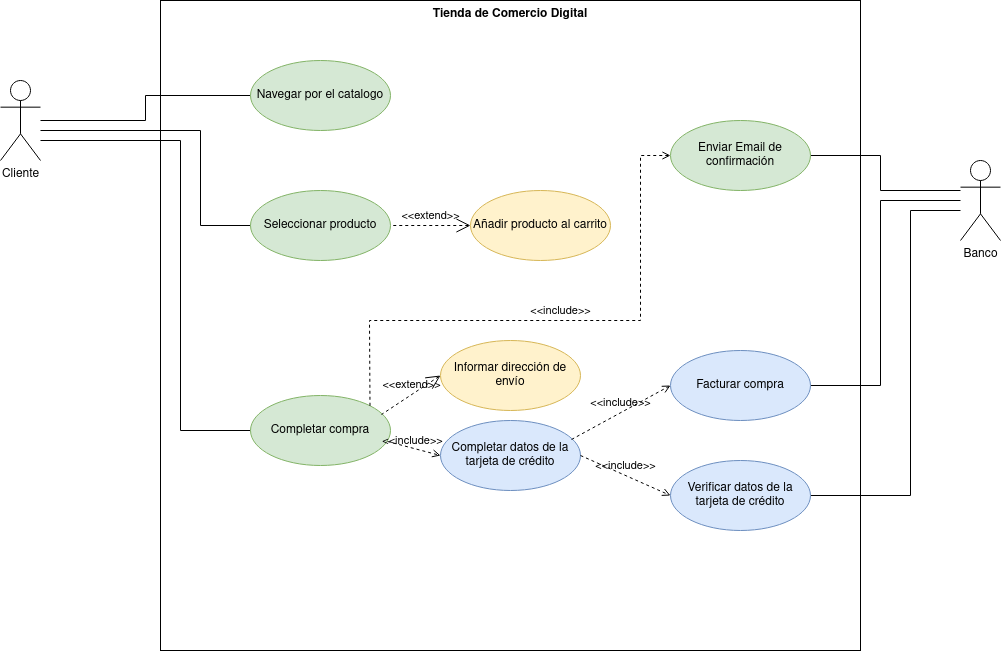
alejandrosalazargonzalez/Examen-te-rico-ETS keeps this draw.io diagram as Tienda_de_Comercio_Electrónico.png. Above is the earlier version. Source tidied: cells renumbered, new cells last; positions are measured from the earlier drawing's top-left corner, leaving out a move shared by most shapes.
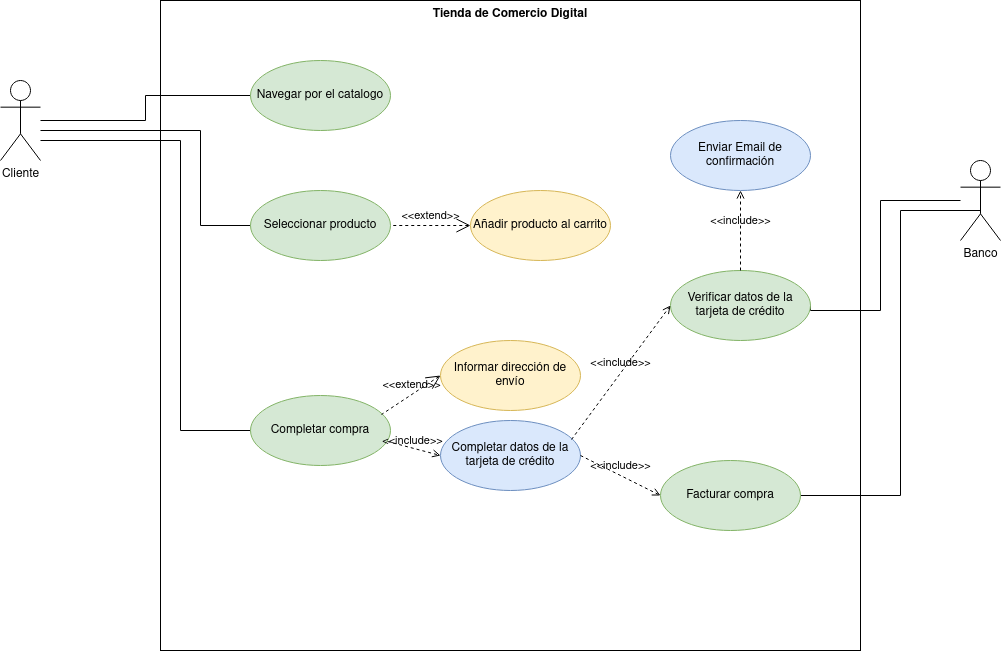
Above is the later version.

Diff of the diagram source:
```diff
@@ -48,27 +48,21 @@
     <mxCell id="13" style="edgeStyle=orthogonalEdgeStyle;rounded=0;jettySize=auto;html=1;entryX=1;entryY=0.5;entryDx=0;entryDy=0;endArrow=none;endFill=0;" parent="1" edge="1" source="16" target="19">
       <mxGeometry relative="1" as="geometry">
         <Array as="points">
-          <mxPoint x="910" y="210" />
-          <mxPoint x="910" y="495" />
+          <mxPoint x="880" y="200" />
+          <mxPoint x="880" y="310" />
+          <mxPoint x="810" y="310" />
         </Array>
       </mxGeometry>
     </mxCell>
-    <mxCell id="14" style="edgeStyle=orthogonalEdgeStyle;rounded=0;jettySize=auto;html=1;entryX=1;entryY=0.5;entryDx=0;entryDy=0;endArrow=none;endFill=0;" parent="1" edge="1" source="16" target="21">
+    <mxCell id="14" style="edgeStyle=orthogonalEdgeStyle;rounded=0;jettySize=auto;html=1;entryX=1;entryY=0.5;entryDx=0;entryDy=0;endArrow=none;endFill=0;" parent="1" edge="1" target="21">
       <mxGeometry relative="1" as="geometry">
+        <mxPoint x="980" y="210" as="sourcePoint" />
         <Array as="points">
-          <mxPoint x="880" y="200" />
-          <mxPoint x="880" y="385" />
+          <mxPoint x="900" y="210" />
+          <mxPoint x="900" y="495" />
         </Array>
       </mxGeometry>
     </mxCell>
-    <mxCell id="15" style="edgeStyle=orthogonalEdgeStyle;rounded=0;jettySize=auto;html=1;entryX=1;entryY=0.5;entryDx=0;entryDy=0;endArrow=none;endFill=0;" parent="1" edge="1" source="16" target="22">
-      <mxGeometry relative="1" as="geometry">
-        <Array as="points">
-          <mxPoint x="880" y="190" />
-          <mxPoint x="880" y="155" />
-        </Array>
-      </mxGeometry>
-    </mxCell>
     <mxCell id="16" value="Banco" style="shape=umlActor;html=1;verticalLabelPosition=bottom;verticalAlign=top;align=center;" parent="1" vertex="1">
       <mxGeometry x="960" y="160" width="40" height="80" as="geometry" />
     </mxCell>
@@ -78,32 +72,26 @@
     <mxCell id="18" value="&amp;lt;&amp;lt;include&amp;gt;&amp;gt;" style="edgeStyle=none;html=1;endArrow=open;verticalAlign=bottom;dashed=1;labelBackgroundColor=none;rounded=0;exitX=0.979;exitY=0.657;exitDx=0;exitDy=0;exitPerimeter=0;entryX=0;entryY=0.5;entryDx=0;entryDy=0;" parent="1" edge="1" source="10" target="12">
       <mxGeometry x="-0.06" y="-2" relative="1" as="geometry" />
     </mxCell>
-    <mxCell id="19" value="Verificar datos de la tarjeta de crédito" style="ellipse;whiteSpace=wrap;html=1;fillColor=#dae8fc;strokeColor=#6c8ebf;" parent="1" vertex="1">
-      <mxGeometry x="670" y="460" width="140" height="70" as="geometry" />
+    <mxCell id="19" value="Verificar datos de la tarjeta de crédito" style="ellipse;whiteSpace=wrap;html=1;fillColor=#d5e8d4;strokeColor=#82b366;" parent="1" vertex="1">
+      <mxGeometry x="670" y="270" width="140" height="70" as="geometry" />
     </mxCell>
-    <mxCell id="20" value="&amp;lt;&amp;lt;include&amp;gt;&amp;gt;" style="edgeStyle=none;html=1;endArrow=open;verticalAlign=bottom;dashed=1;labelBackgroundColor=none;rounded=0;exitX=1;exitY=0.5;exitDx=0;exitDy=0;entryX=0;entryY=0.5;entryDx=0;entryDy=0;" parent="1" edge="1" source="12" target="19">
+    <mxCell id="20" value="&amp;lt;&amp;lt;include&amp;gt;&amp;gt;" style="edgeStyle=none;html=1;endArrow=open;verticalAlign=bottom;dashed=1;labelBackgroundColor=none;rounded=0;exitX=1;exitY=0.5;exitDx=0;exitDy=0;entryX=0;entryY=0.5;entryDx=0;entryDy=0;" parent="1" edge="1" source="12" target="21">
       <mxGeometry relative="1" as="geometry" />
     </mxCell>
-    <mxCell id="21" value="Facturar compra" style="ellipse;whiteSpace=wrap;html=1;fillColor=#dae8fc;strokeColor=#6c8ebf;" parent="1" vertex="1">
-      <mxGeometry x="670" y="350" width="140" height="70" as="geometry" />
+    <mxCell id="21" value="Facturar compra" style="ellipse;whiteSpace=wrap;html=1;fillColor=#d5e8d4;strokeColor=#82b366;" parent="1" vertex="1">
+      <mxGeometry x="660" y="460" width="140" height="70" as="geometry" />
     </mxCell>
-    <mxCell id="22" value="Enviar Email de confirmación" style="ellipse;whiteSpace=wrap;html=1;fillColor=#d5e8d4;strokeColor=#82b366;" parent="1" vertex="1">
+    <mxCell id="22" value="Enviar Email de confirmación" style="ellipse;whiteSpace=wrap;html=1;fillColor=#dae8fc;strokeColor=#6c8ebf;" parent="1" vertex="1">
       <mxGeometry x="670" y="120" width="140" height="70" as="geometry" />
     </mxCell>
-    <mxCell id="23" value="&amp;lt;&amp;lt;include&amp;gt;&amp;gt;" style="edgeStyle=none;html=1;endArrow=open;verticalAlign=bottom;dashed=1;labelBackgroundColor=none;rounded=0;exitX=0.936;exitY=0.271;exitDx=0;exitDy=0;exitPerimeter=0;entryX=0;entryY=0.5;entryDx=0;entryDy=0;" parent="1" edge="1" source="12" target="21">
+    <mxCell id="23" value="&amp;lt;&amp;lt;include&amp;gt;&amp;gt;" style="edgeStyle=none;html=1;endArrow=open;verticalAlign=bottom;dashed=1;labelBackgroundColor=none;rounded=0;exitX=0.936;exitY=0.271;exitDx=0;exitDy=0;exitPerimeter=0;entryX=0;entryY=0.5;entryDx=0;entryDy=0;" parent="1" edge="1" source="12" target="19">
       <mxGeometry relative="1" as="geometry" />
     </mxCell>
     <mxCell id="24" value="&amp;lt;&amp;lt;extend&amp;gt;&amp;gt;" style="edgeStyle=none;html=1;startArrow=open;endArrow=none;startSize=12;verticalAlign=bottom;dashed=1;labelBackgroundColor=none;rounded=0;exitX=0;exitY=0.5;exitDx=0;exitDy=0;entryX=0.936;entryY=0.271;entryDx=0;entryDy=0;entryPerimeter=0;" parent="1" edge="1" source="11" target="10">
       <mxGeometry relative="1" as="geometry" />
     </mxCell>
-    <mxCell id="25" value="&amp;lt;&amp;lt;include&amp;gt;&amp;gt;" style="edgeStyle=none;html=1;endArrow=open;verticalAlign=bottom;dashed=1;labelBackgroundColor=none;rounded=0;exitX=1;exitY=0;exitDx=0;exitDy=0;entryX=0;entryY=0.5;entryDx=0;entryDy=0;" parent="1" edge="1" source="10" target="22">
-      <mxGeometry relative="1" as="geometry">
-        <Array as="points">
-          <mxPoint x="369" y="320" />
-          <mxPoint x="640" y="320" />
-          <mxPoint x="640" y="155" />
-        </Array>
-      </mxGeometry>
+    <mxCell id="25" value="&amp;lt;&amp;lt;include&amp;gt;&amp;gt;" style="edgeStyle=none;html=1;endArrow=open;verticalAlign=bottom;dashed=1;labelBackgroundColor=none;rounded=0;exitX=0.5;exitY=0;exitDx=0;exitDy=0;entryX=0.5;entryY=1;entryDx=0;entryDy=0;" parent="1" edge="1" source="19" target="22">
+      <mxGeometry relative="1" as="geometry" />
     </mxCell>
   </root>
 </mxGraphModel>
```
